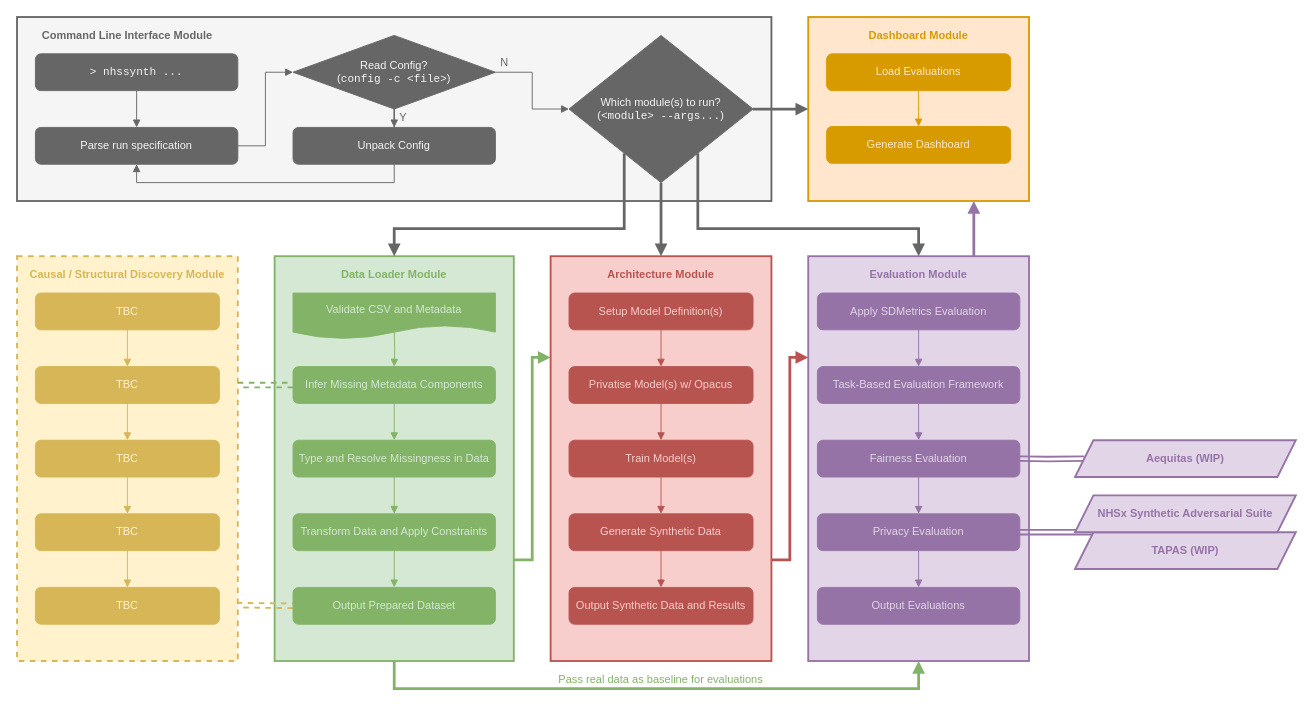
Earlier version of the draw.io diagram modules.drawio (nhsengland/NHSSynth). Source tidied: cells renumbered, new cells numbered last; positions are measured from the earlier drawing's top-left corner, leaving out a move shared by most shapes. Both pictures are drawn from the tidied source at 92%, with x=0, y=0 at pixel (17, 17).
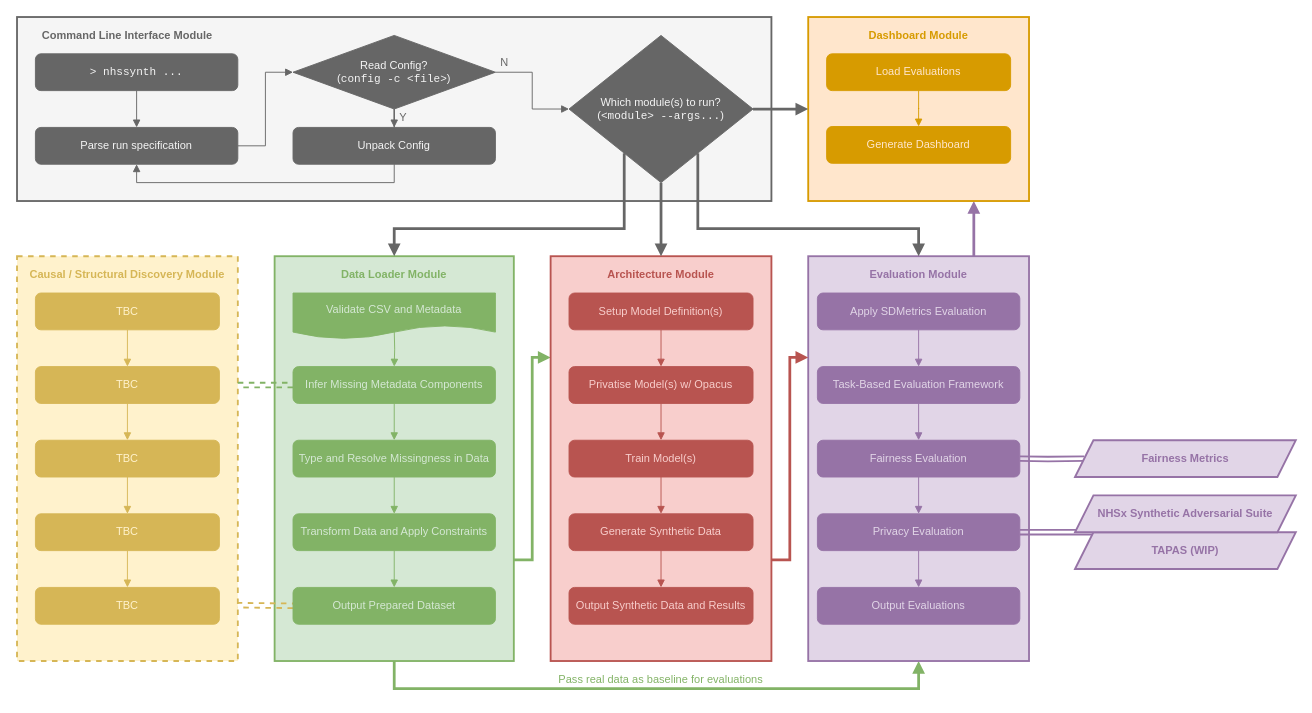
The same page after the edit.

What changed in the source:
```diff
@@
-    <mxCell id="28" value="&lt;b&gt;Aequitas (WIP)&lt;/b&gt;" style="shape=parallelogram;perimeter=parallelogramPerimeter;whiteSpace=wrap;html=1;fixedSize=1;rounded=0;glass=0;fillColor=#e1d5e7;strokeColor=#9673a6;strokeWidth=2;fontColor=#9673A6;" parent="1" vertex="1">
+    <mxCell id="28" value="&lt;b&gt;Fairness Metrics&lt;/b&gt;" style="shape=parallelogram;perimeter=parallelogramPerimeter;whiteSpace=wrap;html=1;fixedSize=1;rounded=0;glass=0;fillColor=#e1d5e7;strokeColor=#9673a6;strokeWidth=2;fontColor=#9673A6;" parent="1" vertex="1">
       <mxGeometry x="1150" y="460" width="240" height="40" as="geometry" />
     </mxCell>
```
